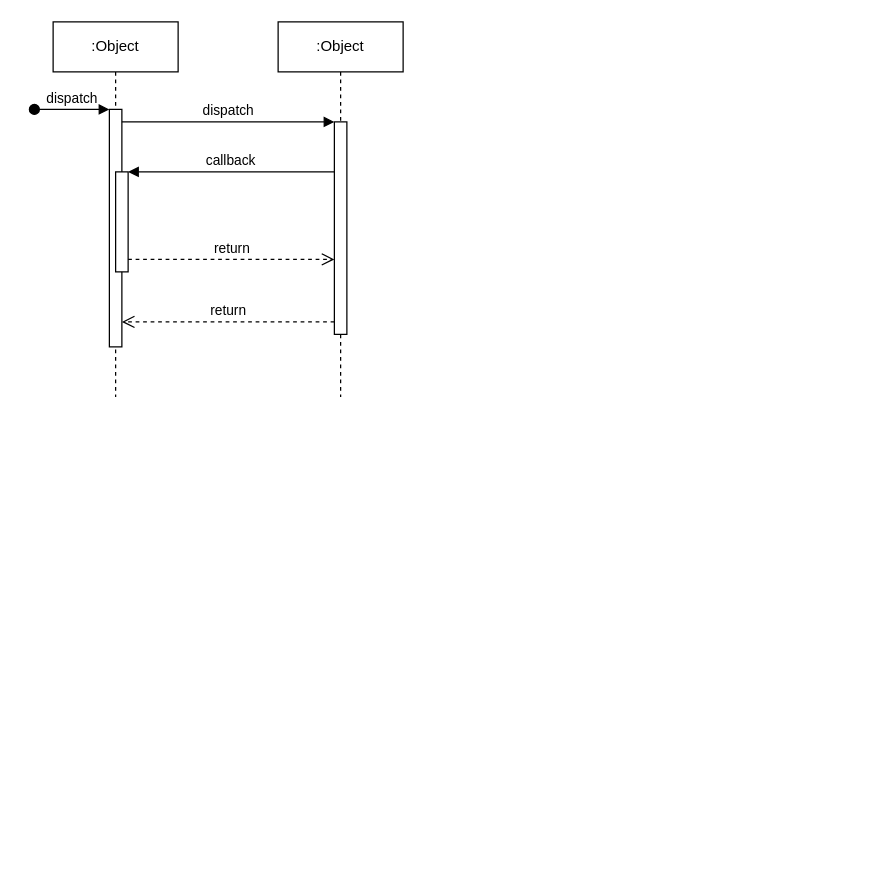
Earlier version of the draw.io diagram Untitled Diagram.drawio (Harmonyy1/TDP003). Source tidied: cells renumbered, new cells numbered last; positions are measured from the earlier drawing's top-left corner, leaving out a move shared by most shapes. Both pictures are drawn from the tidied source at 125%, with x=0, y=0 at pixel (34, 21).
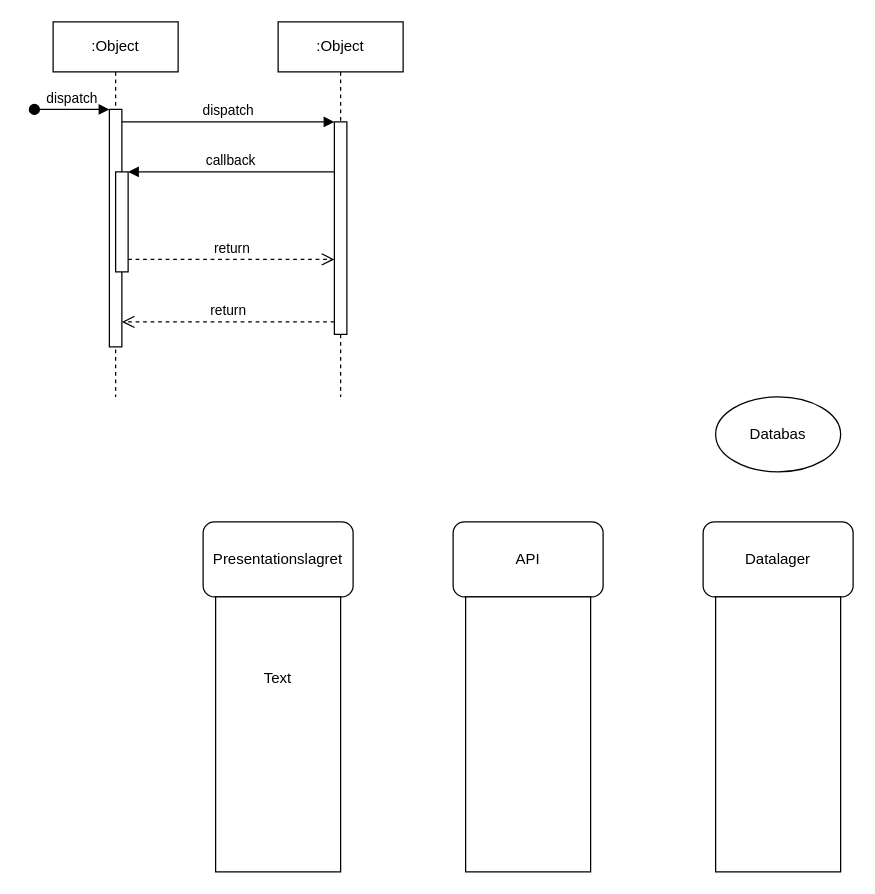
The same diagram, later.

The edit, as a diff of the source:
```diff
@@
+    <mxCell id="12" value="Presentationslagret" style="rounded=1;whiteSpace=wrap;html=1;" parent="1" vertex="1">
+      <mxGeometry x="135" y="400" width="120" height="60" as="geometry" />
+    </mxCell>
+    <mxCell id="13" value="API" style="rounded=1;whiteSpace=wrap;html=1;" parent="1" vertex="1">
+      <mxGeometry x="335" y="400" width="120" height="60" as="geometry" />
+    </mxCell>
+    <mxCell id="14" value="Datalager" style="rounded=1;whiteSpace=wrap;html=1;" parent="1" vertex="1">
+      <mxGeometry x="535" y="400" width="120" height="60" as="geometry" />
+    </mxCell>
+    <mxCell id="15" style="rounded=0;whiteSpace=wrap;html=1;rotation=90;" parent="1" vertex="1">
+      <mxGeometry x="85" y="520" width="220" height="100" as="geometry" />
+    </mxCell>
+    <mxCell id="16" style="rounded=0;whiteSpace=wrap;html=1;rotation=90;" parent="1" vertex="1">
+      <mxGeometry x="485" y="520" width="220" height="100" as="geometry" />
+    </mxCell>
+    <mxCell id="17" style="rounded=0;whiteSpace=wrap;html=1;rotation=90;" parent="1" vertex="1">
+      <mxGeometry x="285" y="520" width="220" height="100" as="geometry" />
+    </mxCell>
+    <mxCell id="18" value="Databas" style="ellipse;whiteSpace=wrap;html=1;" parent="1" vertex="1">
+      <mxGeometry x="545" y="300" width="100" height="60" as="geometry" />
+    </mxCell>
+    <mxCell id="19" value="Text" style="text;html=1;align=center;verticalAlign=middle;whiteSpace=wrap;rounded=0;" parent="1" vertex="1">
+      <mxGeometry x="165" y="510" width="60" height="30" as="geometry" />
+    </mxCell>
```
